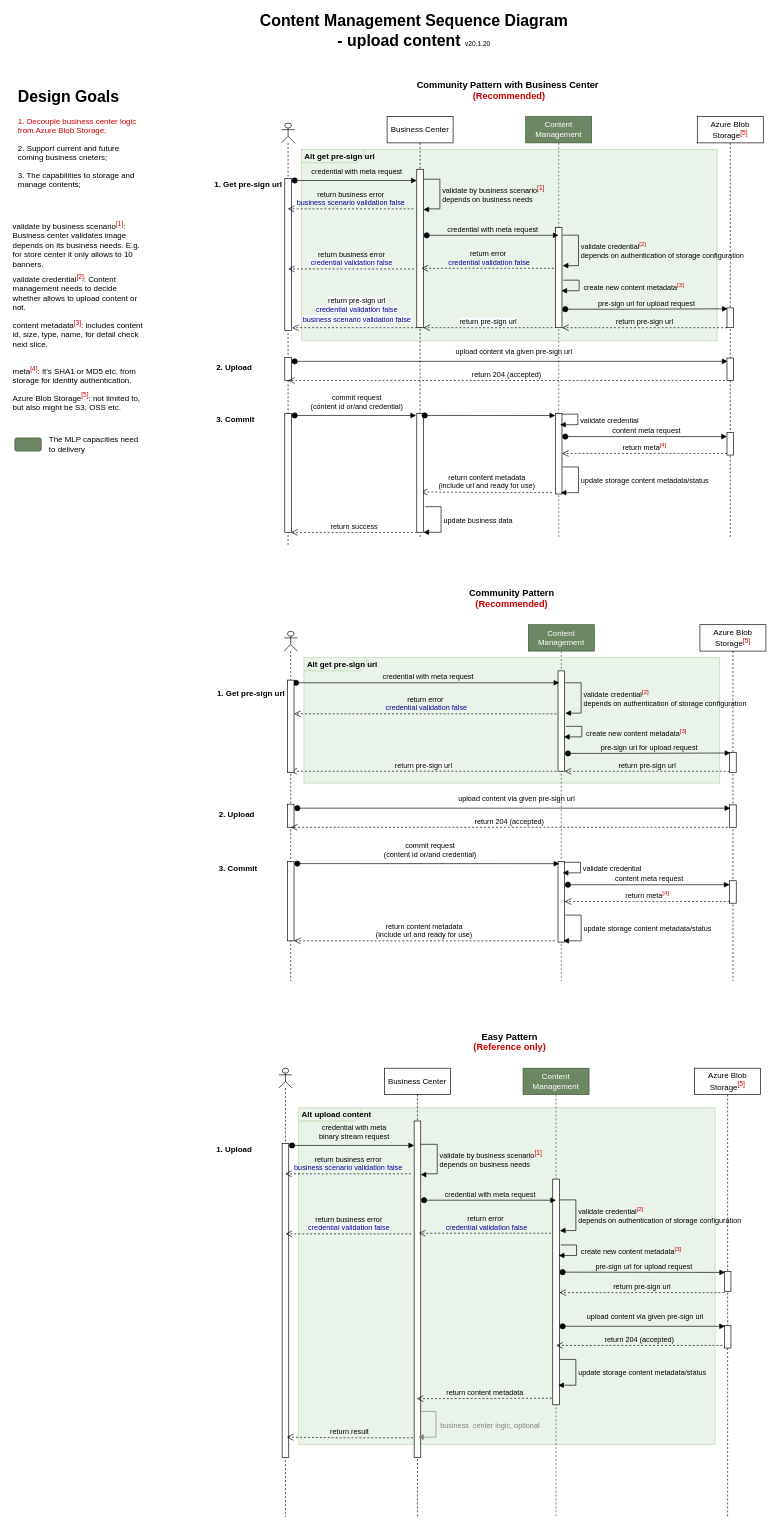
Before: page "Uploading User Case" (1 of 3) of Mid Layer Platform Content Business Flow.drawio in sotheair/designs, a draw.io diagram. Source tidied: cells renumbered, new cells numbered last; positions are measured from the earlier drawing's top-left corner, leaving out a move shared by most shapes. Both pictures are drawn from the tidied source at 66%, with x=0, y=0 at pixel (11, 24).
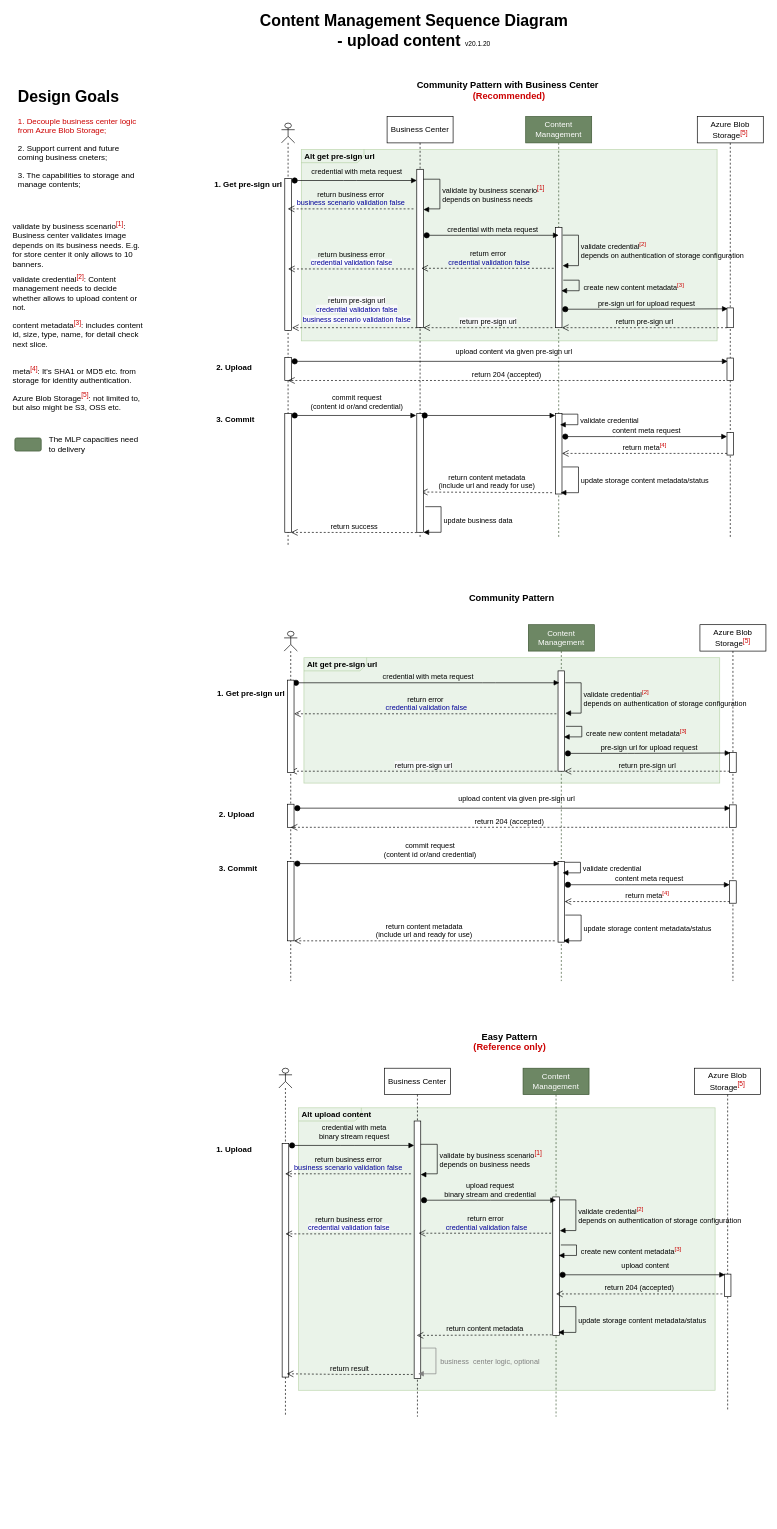
Above is the later version.

What changed in the source:
```diff
@@
     <mxCell id="46" value="&lt;p style=&quot;margin: 0px ; margin-top: 4px ; margin-left: 5px ; text-align: left&quot;&gt;&lt;b&gt;Alt&lt;/b&gt; &lt;b&gt;upload content&lt;/b&gt;&lt;/p&gt;" style="html=1;shape=mxgraph.sysml.package;overflow=fill;labelX=95;align=left;spacingLeft=5;verticalAlign=top;spacingTop=-3;fillColor=#d5e8d4;strokeColor=#82b366;opacity=50;" parent="1" vertex="1">
-      <mxGeometry x="435" y="1642" width="631" height="510" as="geometry" />
+      <mxGeometry x="435" y="1642" width="631" height="428" as="geometry" />
     </mxCell>
     <mxCell id="47" value="Content Management" style="shape=umlLifeline;perimeter=lifelinePerimeter;whiteSpace=wrap;html=1;fillColor=#6d8764;strokeColor=#3A5431;fontColor=#ffffff;" parent="1" vertex="1">
-      <mxGeometry x="775" y="1582" width="100" height="680" as="geometry" />
+      <mxGeometry x="775" y="1582" width="100" height="528" as="geometry" />
     </mxCell>
     <mxCell id="48" style="html=1;perimeter=orthogonalPerimeter;" parent="47" vertex="1">
-      <mxGeometry x="45" y="168" width="10" height="342" as="geometry" />
+      <mxGeometry x="45" y="195" width="10" height="210" as="geometry" />
     </mxCell>
-    <mxCell id="49" value="pre-sign url for upload request" style="html=1;verticalAlign=bottom;startArrow=oval;startFill=1;endArrow=block;startSize=8;labelBackgroundColor=none;entryX=0.116;entryY=0.047;entryDx=0;entryDy=0;entryPerimeter=0;" parent="47" edge="1" target="54">
-      <mxGeometry relative="1" as="geometry">
-        <mxPoint x="60" y="309" as="sourcePoint" />
-      </mxGeometry>
-    </mxCell>
     <mxCell id="50" style="shape=umlLifeline;participant=umlActor;perimeter=lifelinePerimeter;whiteSpace=wrap;html=1;verticalAlign=top;spacingTop=36;labelBackgroundColor=#ffffff;outlineConnect=0;size=30;" parent="1" vertex="1">
-      <mxGeometry x="405" y="1582" width="20" height="680" as="geometry" />
+      <mxGeometry x="405" y="1582" width="20" height="528" as="geometry" />
     </mxCell>
     <mxCell id="51" value="Business Center" style="shape=umlLifeline;perimeter=lifelinePerimeter;whiteSpace=wrap;html=1;" parent="1" vertex="1">
-      <mxGeometry x="565" y="1582" width="100" height="680" as="geometry" />
+      <mxGeometry x="565" y="1582" width="100" height="528" as="geometry" />
     </mxCell>
     <mxCell id="52" style="html=1;points=[];perimeter=orthogonalPerimeter;" parent="51" vertex="1">
-      <mxGeometry x="45" y="80" width="10" height="510" as="geometry" />
+      <mxGeometry x="45" y="80" width="10" height="390" as="geometry" />
     </mxCell>
     <mxCell id="53" value="Azure Blob Storage&lt;sup style=&quot;color: rgb(0 , 0 , 0) ; font-family: &amp;#34;quot&amp;#34; ; font-style: normal ; font-variant: normal ; font-weight: 400 ; letter-spacing: normal ; text-align: left ; text-decoration: none ; text-indent: 0px ; text-transform: none ; white-space: nowrap ; word-spacing: 0px&quot;&gt;&lt;font color=&quot;#cc0000&quot;&gt;[5]&lt;/font&gt;&lt;/sup&gt;" style="shape=umlLifeline;perimeter=lifelinePerimeter;whiteSpace=wrap;html=1;" parent="1" vertex="1">
-      <mxGeometry x="1035" y="1582" width="100" height="680" as="geometry" />
+      <mxGeometry x="1035" y="1582" width="100" height="518" as="geometry" />
     </mxCell>
-    <mxCell id="54" style="html=1;points=[];perimeter=orthogonalPerimeter;" parent="53" vertex="1">
-      <mxGeometry x="45" y="308" width="10" height="30" as="geometry" />
-    </mxCell>
     <mxCell id="55" style="html=1;perimeter=orthogonalPerimeter;" parent="53" vertex="1">
-      <mxGeometry x="45" y="390" width="10" height="34" as="geometry" />
+      <mxGeometry x="45" y="312" width="10" height="34" as="geometry" />
     </mxCell>
@@
-    <mxCell id="58" value="credential with meta request" style="html=1;verticalAlign=bottom;startArrow=oval;startFill=1;endArrow=block;startSize=8;labelBackgroundColor=none;" parent="1" edge="1">
+    <mxCell id="58" value="upload request&lt;br&gt;binary stream and credential" style="html=1;verticalAlign=bottom;startArrow=oval;startFill=1;endArrow=block;startSize=8;labelBackgroundColor=none;" parent="1" edge="1">
       <mxGeometry relative="1" as="geometry">
         <mxPoint x="625" y="1782" as="sourcePoint" />
         <mxPoint x="825" y="1782" as="targetPoint" />
         <Array as="points">
           <mxPoint x="715.5" y="1782" />
         </Array>
       </mxGeometry>
     </mxCell>
@@
     <mxCell id="62" style="html=1;perimeter=orthogonalPerimeter;align=left;" parent="1" vertex="1">
-      <mxGeometry x="410" y="1696" width="10" height="476" as="geometry" />
+      <mxGeometry x="410" y="1696" width="10" height="354" as="geometry" />
     </mxCell>
-    <mxCell id="63" value="return pre-sign url" style="html=1;verticalAlign=bottom;endArrow=open;dashed=1;endSize=8;labelBackgroundColor=none;" parent="1" edge="1">
-      <mxGeometry relative="1" as="geometry">
-        <mxPoint x="1080" y="1922" as="sourcePoint" />
-        <mxPoint x="830" y="1922" as="targetPoint" />
-      </mxGeometry>
-    </mxCell>
-    <mxCell id="64" value="upload content via given pre-sign url" style="html=1;verticalAlign=bottom;startArrow=oval;startFill=1;endArrow=block;startSize=8;labelBackgroundColor=none;" parent="1" edge="1">
+    <mxCell id="64" value="upload content" style="html=1;verticalAlign=bottom;startArrow=oval;startFill=1;endArrow=block;startSize=8;labelBackgroundColor=none;" parent="1" edge="1">
       <mxGeometry x="0.01" y="5" relative="1" as="geometry">
-        <mxPoint x="835" y="1973" as="sourcePoint" />
-        <mxPoint x="1081" y="1973" as="targetPoint" />
+        <mxPoint x="835" y="1895" as="sourcePoint" />
+        <mxPoint x="1081" y="1895" as="targetPoint" />
         <mxPoint x="1" as="offset" />
       </mxGeometry>
     </mxCell>
     <mxCell id="65" value="return 204 (accepted)" style="html=1;verticalAlign=bottom;endArrow=open;dashed=1;endSize=8;labelBackgroundColor=none;" parent="1" edge="1">
       <mxGeometry relative="1" as="geometry">
-        <mxPoint x="1077" y="2002" as="sourcePoint" />
-        <mxPoint x="825" y="2002" as="targetPoint" />
+        <mxPoint x="1077" y="1924" as="sourcePoint" />
+        <mxPoint x="825" y="1924" as="targetPoint" />
       </mxGeometry>
     </mxCell>
     <mxCell id="66" value="update storage content metadata/status" style="edgeStyle=orthogonalEdgeStyle;html=1;align=left;spacingLeft=2;endArrow=block;rounded=0;labelBackgroundColor=none;" parent="1" edge="1">
       <mxGeometry relative="1" as="geometry">
-        <mxPoint x="830.7" y="2023.2" as="sourcePoint" />
-        <mxPoint x="828.2" y="2062.3" as="targetPoint" />
+        <mxPoint x="830.7" y="1943.2" as="sourcePoint" />
+        <mxPoint x="828.2" y="1982.3" as="targetPoint" />
         <Array as="points">
-          <mxPoint x="855" y="2023" />
-          <mxPoint x="855" y="2062" />
-          <mxPoint x="828" y="2062" />
+          <mxPoint x="855" y="1943" />
+          <mxPoint x="855" y="1982" />
+          <mxPoint x="828" y="1982" />
         </Array>
       </mxGeometry>
     </mxCell>
-    <mxCell id="67" value="return content metadata" style="html=1;verticalAlign=bottom;endArrow=open;dashed=1;endSize=8;labelBackgroundColor=none;entryX=0.389;entryY=0.825;entryDx=0;entryDy=0;entryPerimeter=0;" parent="1" edge="1" target="52">
+    <mxCell id="67" value="return content metadata" style="html=1;verticalAlign=bottom;endArrow=open;dashed=1;endSize=8;labelBackgroundColor=none;entryX=0.389;entryY=0.825;entryDx=0;entryDy=0;entryPerimeter=0;" parent="1" edge="1">
       <mxGeometry relative="1" as="geometry">
-        <mxPoint x="818.5" y="2082" as="sourcePoint" />
+        <mxPoint x="818.5" y="1986" as="sourcePoint" />
+        <mxPoint x="613.9" y="1986.8" as="targetPoint" />
       </mxGeometry>
     </mxCell>
@@
     <mxCell id="69" value="return result" style="html=1;verticalAlign=bottom;endArrow=open;dashed=1;endSize=8;labelBackgroundColor=none;" parent="1" edge="1">
       <mxGeometry relative="1" as="geometry">
-        <mxPoint x="608" y="2142" as="sourcePoint" />
-        <mxPoint x="417" y="2141" as="targetPoint" />
+        <mxPoint x="608" y="2046" as="sourcePoint" />
+        <mxPoint x="417" y="2045" as="targetPoint" />
         <Array as="points">
-          <mxPoint x="506" y="2142" />
+          <mxPoint x="506" y="2046" />
         </Array>
       </mxGeometry>
     </mxCell>
@@
     <mxCell id="76" value="&lt;font color=&quot;#808080&quot;&gt;&amp;nbsp;business&amp;nbsp; center logic, optional&lt;br&gt;&lt;/font&gt;" style="edgeStyle=orthogonalEdgeStyle;html=1;align=left;spacingLeft=2;endArrow=block;rounded=0;labelBackgroundColor=none;strokeColor=#808080;" parent="1" edge="1">
       <mxGeometry relative="1" as="geometry">
-        <mxPoint x="619" y="2102" as="sourcePoint" />
-        <mxPoint x="616" y="2141" as="targetPoint" />
+        <mxPoint x="619" y="2006" as="sourcePoint" />
+        <mxPoint x="616" y="2045" as="targetPoint" />
         <Array as="points">
-          <mxPoint x="643" y="2102" />
-          <mxPoint x="643" y="2141" />
-          <mxPoint x="616" y="2141" />
+          <mxPoint x="643" y="2006" />
+          <mxPoint x="643" y="2045" />
+          <mxPoint x="616" y="2045" />
         </Array>
       </mxGeometry>
     </mxCell>
@@
-    <mxCell id="111" value="&lt;font&gt;&lt;b style=&quot;font-size: 14px&quot;&gt;Community Pattern&lt;br&gt;&lt;font color=&quot;#cc0000&quot;&gt;(&lt;/font&gt;&lt;/b&gt;&lt;font color=&quot;#cc0000&quot;&gt;&lt;span style=&quot;font-size: 14px&quot;&gt;&lt;b&gt;Recommended&lt;/b&gt;&lt;/span&gt;&lt;b style=&quot;font-size: 14px&quot;&gt;)&lt;/b&gt;&lt;/font&gt;&lt;/font&gt;" style="text;html=1;strokeColor=none;fillColor=none;align=center;verticalAlign=middle;whiteSpace=wrap;rounded=0;" parent="1" vertex="1">
+    <mxCell id="111" value="&lt;font&gt;&lt;b style=&quot;font-size: 14px&quot;&gt;Community Pattern&lt;br&gt;&lt;/b&gt;&lt;/font&gt;" style="text;html=1;strokeColor=none;fillColor=none;align=center;verticalAlign=middle;whiteSpace=wrap;rounded=0;" parent="1" vertex="1">
       <mxGeometry x="568" y="860" width="380" height="20" as="geometry" />
     </mxCell>
```
